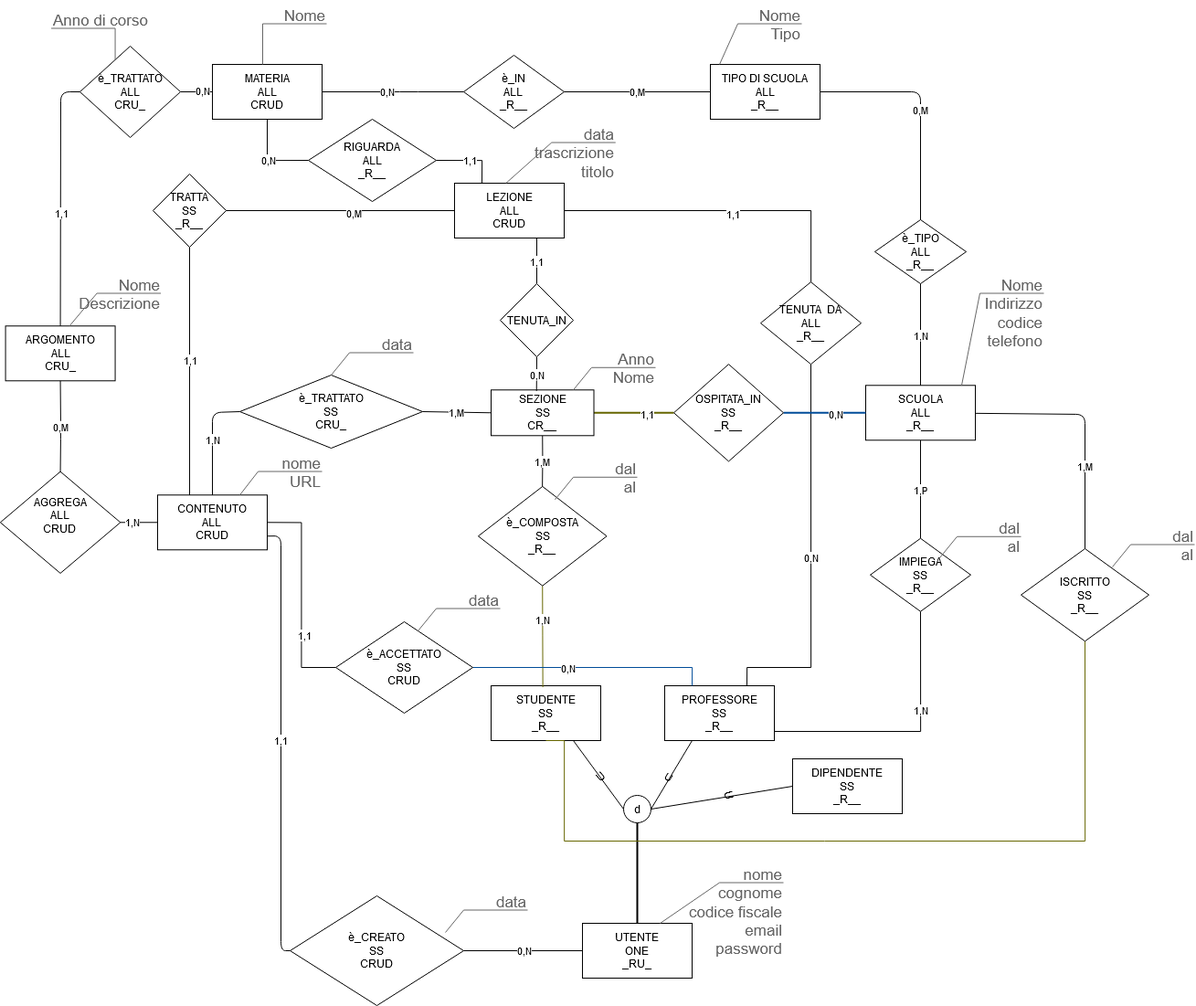
Earlier version of the draw.io export Documentazione/Architettura/Diagramma di visibilità professore.png (Gjnger9/BIG-DATA-MANAGEMENT). Source tidied: cells renumbered, new cells last; positions are measured from the earlier drawing's top-left corner, leaving out a move shared by most shapes.
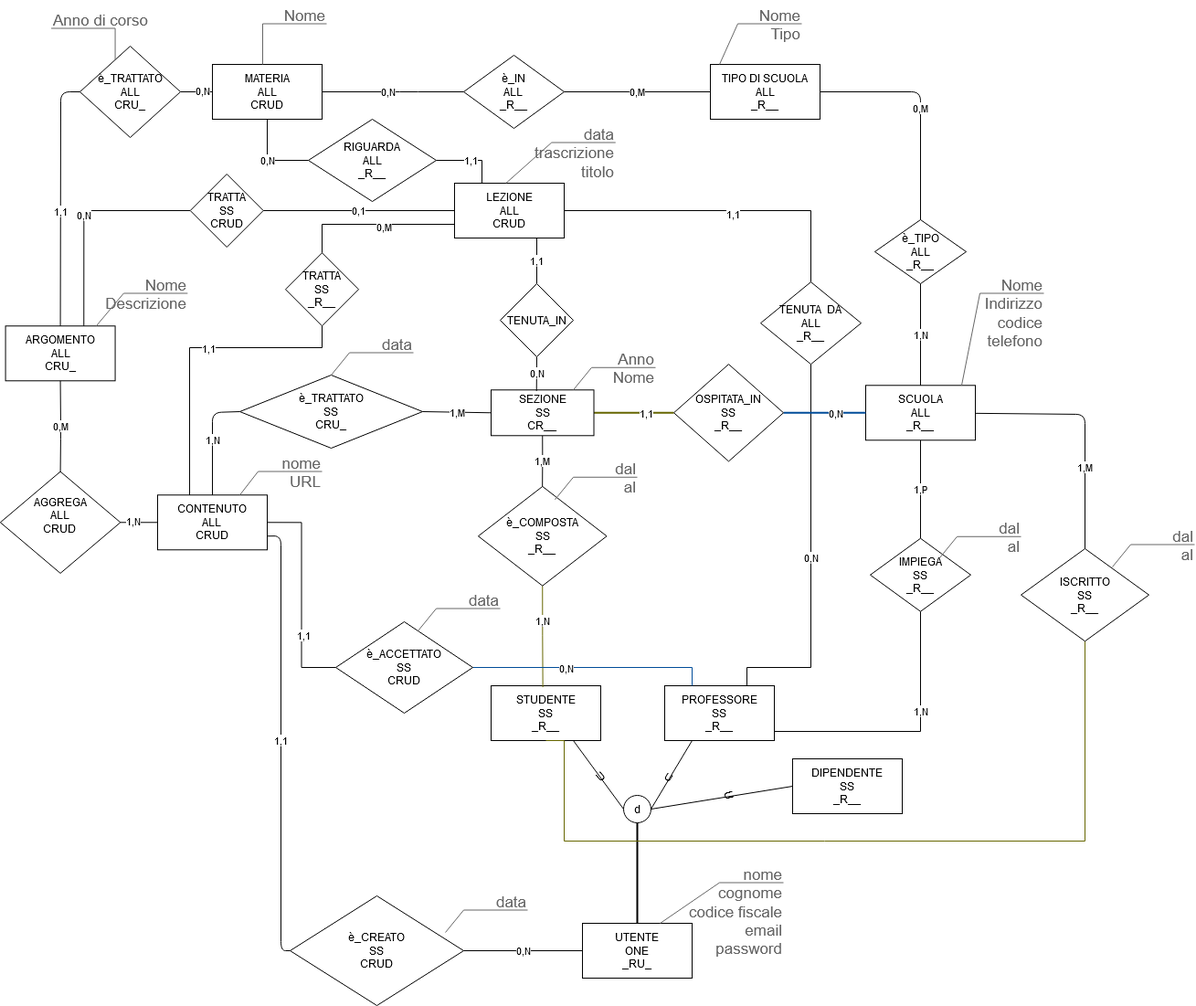
After the change.

Diff of the diagram source:
```diff
@@ -117,7 +117,7 @@
       <mxGeometry x="262" y="490" width="90" height="51.3" as="geometry" />
     </mxCell>
     <mxCell id="32" value="&lt;div&gt;Nome&lt;/div&gt;&lt;div&gt;Descrizione&lt;br&gt;&lt;/div&gt;" style="strokeWidth=1;shadow=0;dashed=0;align=center;html=1;shape=mxgraph.mockup.text.callout;linkText=;textSize=17;textColor=#666666;callDir=NE;callStyle=line;fontSize=17;fontColor=#666666;align=right;verticalAlign=top;strokeColor=#666666;" parent="1" vertex="1">
-      <mxGeometry x="75.6" y="295" width="100" height="61.3" as="geometry" />
+      <mxGeometry x="104.9" y="295" width="100" height="61.3" as="geometry" />
     </mxCell>
     <mxCell id="33" value="Nome" style="strokeWidth=1;shadow=0;dashed=0;align=center;html=1;shape=mxgraph.mockup.text.callout;linkText=;textSize=17;textColor=#666666;callDir=NE;callStyle=line;fontSize=17;fontColor=#666666;align=right;verticalAlign=top;strokeColor=#666666;" parent="1" vertex="1">
       <mxGeometry x="287" width="70" height="70" as="geometry" />
@@ -233,7 +233,7 @@
     <mxCell id="64" value="1,1" style="edgeStyle=orthogonalEdgeStyle;rounded=0;jettySize=auto;html=1;exitX=0.75;exitY=1;exitDx=0;exitDy=0;entryX=0.5;entryY=0;entryDx=0;entryDy=0;endArrow=none;endFill=0;" parent="1" edge="1" source="69" target="72">
       <mxGeometry relative="1" as="geometry" />
     </mxCell>
-    <mxCell id="65" style="edgeStyle=orthogonalEdgeStyle;rounded=0;jettySize=auto;html=1;exitX=0;exitY=0.5;exitDx=0;exitDy=0;endArrow=none;endFill=0;" parent="1" edge="1" source="69" target="75">
+    <mxCell id="65" style="edgeStyle=orthogonalEdgeStyle;rounded=0;jettySize=auto;html=1;exitX=0;exitY=0.75;exitDx=0;exitDy=0;endArrow=none;endFill=0;" parent="1" edge="1" source="69" target="75">
       <mxGeometry relative="1" as="geometry" />
     </mxCell>
     <mxCell id="66" value="0,M" style="edgeLabel;html=1;align=center;verticalAlign=middle;" parent="65" vertex="1">
@@ -260,13 +260,18 @@
       <mxGeometry x="547" y="310" width="80" height="80" as="geometry" />
     </mxCell>
     <mxCell id="73" style="edgeStyle=orthogonalEdgeStyle;rounded=0;jettySize=auto;html=1;exitX=0.5;exitY=1;exitDx=0;exitDy=0;entryX=0.292;entryY=0;entryDx=0;entryDy=0;endArrow=none;endFill=0;entryPerimeter=0;" parent="1" edge="1" source="75" target="4">
-      <mxGeometry relative="1" as="geometry" />
+      <mxGeometry relative="1" as="geometry">
+        <Array as="points">
+          <mxPoint x="352" y="380" />
+          <mxPoint x="207" y="380" />
+        </Array>
+      </mxGeometry>
     </mxCell>
     <mxCell id="74" value="1,1" style="edgeLabel;html=1;align=center;verticalAlign=middle;" parent="73" vertex="1">
       <mxGeometry x="-0.1" relative="1" as="geometry" />
     </mxCell>
     <mxCell id="75" value="&lt;div&gt;TRATTA&lt;/div&gt;&lt;div&gt;SS&lt;/div&gt;&lt;div&gt;_R__&lt;br&gt;&lt;/div&gt;" style="rhombus;whiteSpace=wrap;html=1;" parent="1" vertex="1">
-      <mxGeometry x="167" y="190" width="80" height="80" as="geometry" />
+      <mxGeometry x="312" y="276.3" width="80" height="80" as="geometry" />
     </mxCell>
     <mxCell id="76" value="0,N" style="edgeStyle=orthogonalEdgeStyle;rounded=0;jettySize=auto;html=1;exitX=0.5;exitY=1;exitDx=0;exitDy=0;entryX=0.75;entryY=0;entryDx=0;entryDy=0;endArrow=none;endFill=0;" parent="1" edge="1" source="77" target="16">
       <mxGeometry relative="1" as="geometry">
@@ -327,5 +332,17 @@
         <mxPoint x="712" y="885" as="targetPoint" />
       </mxGeometry>
     </mxCell>
+    <mxCell id="92" value="0,N" style="edgeStyle=orthogonalEdgeStyle;rounded=0;orthogonalLoop=1;jettySize=auto;html=1;exitX=0;exitY=0.5;exitDx=0;exitDy=0;entryX=0.75;entryY=0;entryDx=0;entryDy=0;endArrow=none;endFill=0;" parent="1" edge="1">
+      <mxGeometry relative="1" as="geometry">
+        <mxPoint x="207.7" y="230" as="sourcePoint" />
+        <mxPoint x="91.3" y="356.3" as="targetPoint" />
+      </mxGeometry>
+    </mxCell>
+    <mxCell id="93" value="0,1" style="edgeStyle=orthogonalEdgeStyle;rounded=0;jettySize=auto;html=1;exitX=0;exitY=0.5;exitDx=0;exitDy=0;entryX=1;entryY=0.5;entryDx=0;entryDy=0;endArrow=none;endFill=0;" parent="1" edge="1" source="69" target="94">
+      <mxGeometry relative="1" as="geometry" />
+    </mxCell>
+    <mxCell id="94" value="&lt;div&gt;TRATTA&lt;/div&gt;&lt;div&gt;SS&lt;/div&gt;&lt;div&gt;CRUD&lt;/div&gt;" style="rhombus;whiteSpace=wrap;html=1;" parent="1" vertex="1">
+      <mxGeometry x="207.7" y="190" width="80" height="80" as="geometry" />
+    </mxCell>
   </root>
 </mxGraphModel>
```
